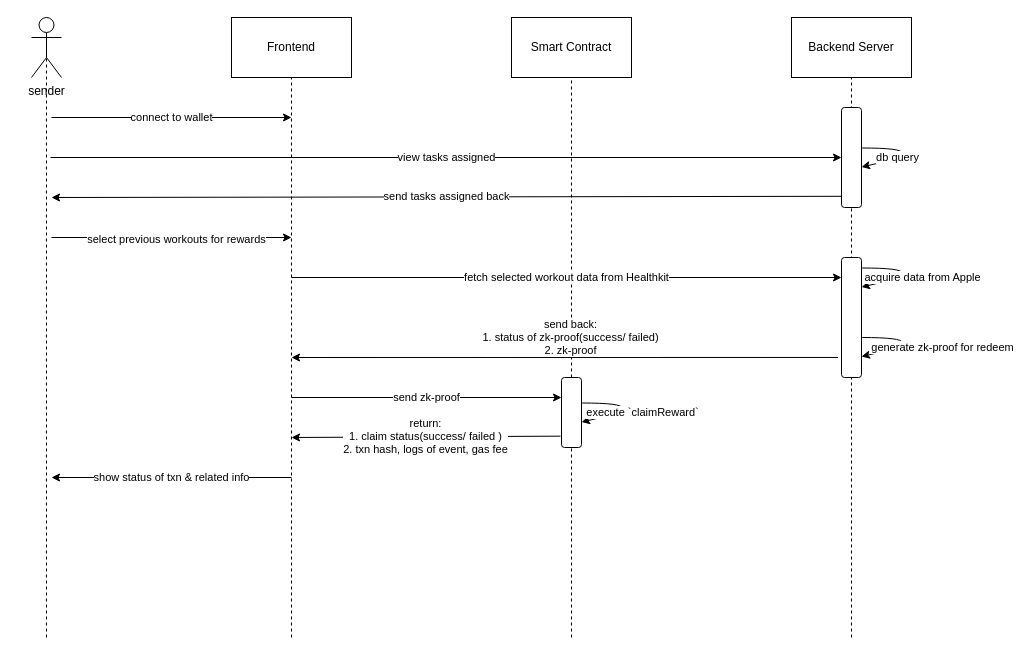
jidalii/push keeps this draw.io diagram as page "beneficiary workflow" (4 of 4) of server/flowchart.drawio. Above is the earlier version. Source tidied: cells renumbered, new cells numbered last; positions are measured from the earlier drawing's top-left corner, leaving out a move shared by most shapes. Both pictures are drawn from the tidied source at 100%, with x=0, y=0 at pixel (31, 17).
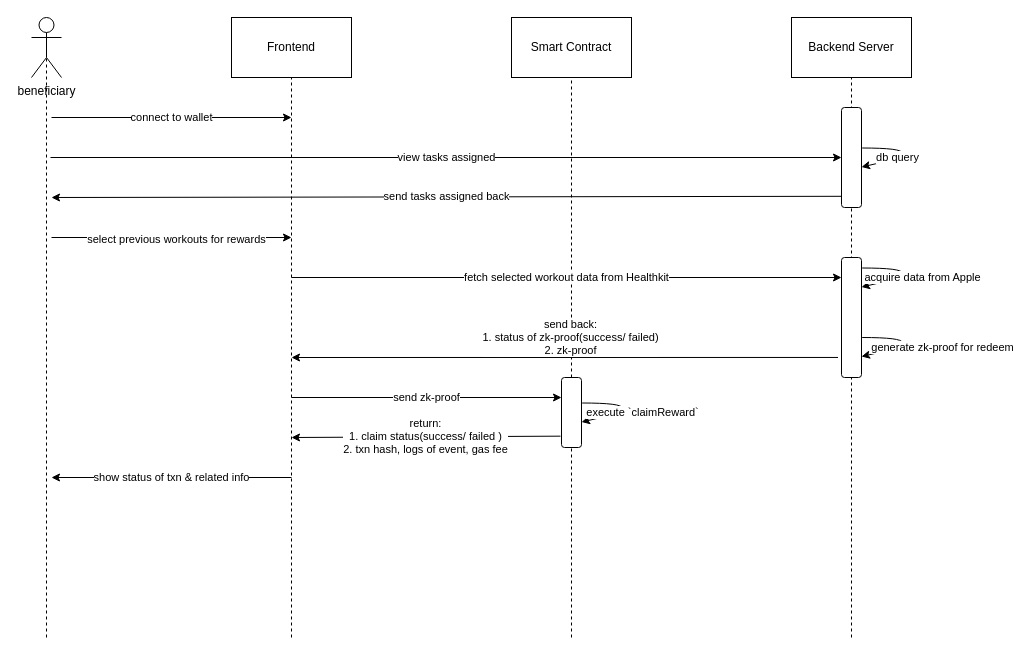
Above is the later version.

The edit, as a diff of the source:
```diff
@@
-    <mxCell id="4" value="sender" style="shape=umlActor;verticalLabelPosition=bottom;verticalAlign=top;html=1;outlineConnect=0;" parent="1" vertex="1">
+    <mxCell id="4" value="beneficiary" style="shape=umlActor;verticalLabelPosition=bottom;verticalAlign=top;html=1;outlineConnect=0;" parent="1" vertex="1">
       <mxGeometry width="30" height="60" as="geometry" />
     </mxCell>
```
